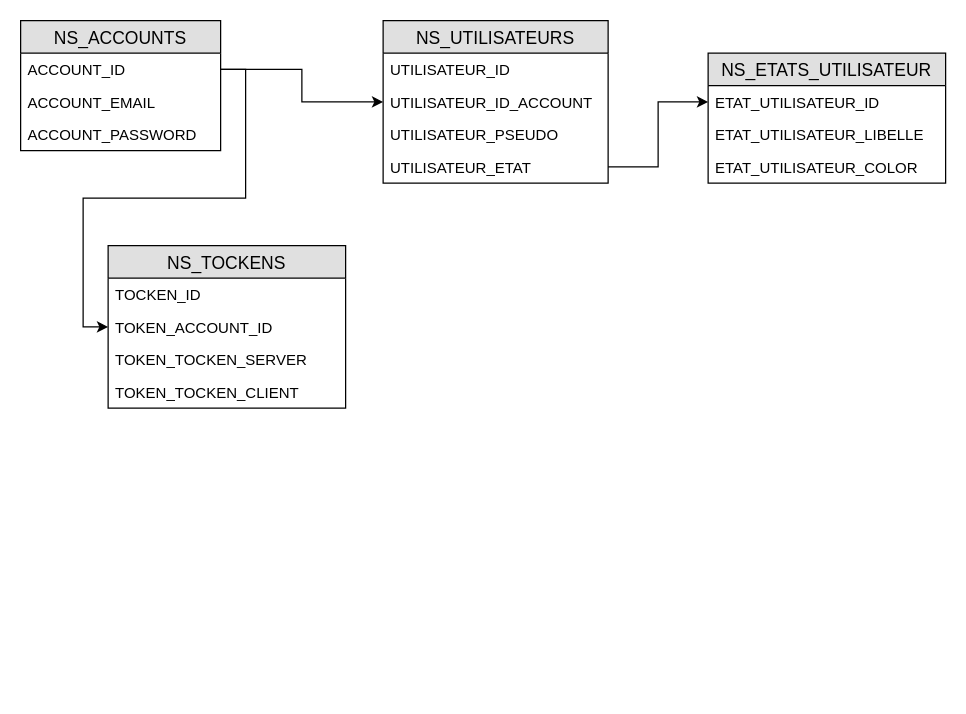
neyhos-studio/Wiki-NS keeps this draw.io diagram as BDD.drawio. Above is the earlier version. Source tidied: cells renumbered, new cells numbered last; positions are measured from the earlier drawing's top-left corner, leaving out a move shared by most shapes. Both pictures are drawn from the tidied source at 125%, with x=0, y=0 at pixel (20, 20).
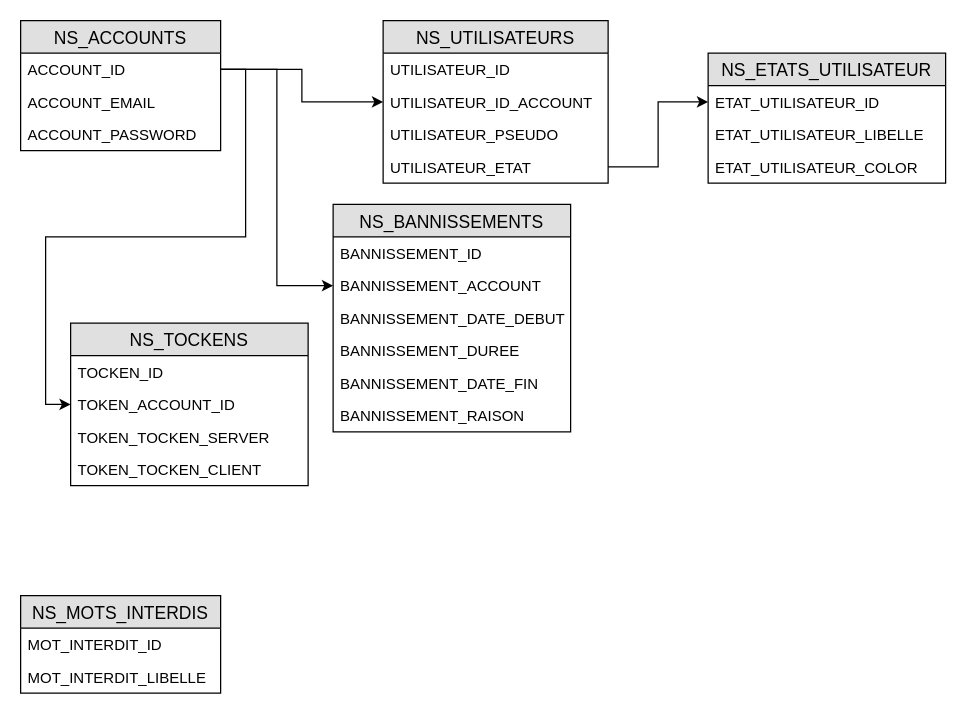
Above is the later version.

The change refers to these unchanged cells:
```xml
<mxCell id="3" value="ACCOUNT_ID" style="text;strokeColor=none;fillColor=none;spacingLeft=4;spacingRight=4;overflow=hidden;points=[[0,0.5],[1,0.5]];portConstraint=eastwest;fontSize=12;" parent="2" vertex="1">
  <mxGeometry y="26" width="160" height="26" as="geometry" />
</mxCell>
```

The edit, as a diff of the source:
```diff
@@
     <mxCell id="17" value="NS_TOCKENS" style="swimlane;fontStyle=0;horizontal=1;startSize=26;fillColor=#e0e0e0;swimlaneFillColor=#ffffff;align=center;fontSize=14;" parent="1" vertex="1">
-      <mxGeometry x="70" y="180" width="190" height="130" as="geometry" />
+      <mxGeometry x="40" y="242" width="190" height="130" as="geometry" />
     </mxCell>
@@
+    <mxCell id="23" value="NS_BANNISSEMENTS" style="swimlane;fontStyle=0;horizontal=1;startSize=26;fillColor=#e0e0e0;swimlaneFillColor=#ffffff;align=center;fontSize=14;" parent="1" vertex="1">
+      <mxGeometry x="250" y="147" width="190" height="182" as="geometry" />
+    </mxCell>
+    <mxCell id="24" value="BANNISSEMENT_ID" style="text;strokeColor=none;fillColor=none;spacingLeft=4;spacingRight=4;overflow=hidden;fontSize=12;" parent="23" vertex="1">
+      <mxGeometry y="26" width="190" height="26" as="geometry" />
+    </mxCell>
+    <mxCell id="25" value="BANNISSEMENT_ACCOUNT" style="text;strokeColor=none;fillColor=none;spacingLeft=4;spacingRight=4;overflow=hidden;points=[[0,0.5],[1,0.5]];portConstraint=eastwest;fontSize=12;" parent="23" vertex="1">
+      <mxGeometry y="52" width="190" height="26" as="geometry" />
+    </mxCell>
+    <mxCell id="26" value="BANNISSEMENT_DATE_DEBUT" style="text;strokeColor=none;fillColor=none;spacingLeft=4;spacingRight=4;overflow=hidden;fontSize=12;" parent="23" vertex="1">
+      <mxGeometry y="78" width="190" height="26" as="geometry" />
+    </mxCell>
+    <mxCell id="27" value="BANNISSEMENT_DUREE" style="text;strokeColor=none;fillColor=none;spacingLeft=4;spacingRight=4;overflow=hidden;fontSize=12;" parent="23" vertex="1">
+      <mxGeometry y="104" width="190" height="26" as="geometry" />
+    </mxCell>
+    <mxCell id="28" value="BANNISSEMENT_DATE_FIN" style="text;strokeColor=none;fillColor=none;spacingLeft=4;spacingRight=4;overflow=hidden;fontSize=12;" parent="23" vertex="1">
+      <mxGeometry y="130" width="190" height="26" as="geometry" />
+    </mxCell>
+    <mxCell id="29" value="BANNISSEMENT_RAISON" style="text;strokeColor=none;fillColor=none;spacingLeft=4;spacingRight=4;overflow=hidden;fontSize=12;" parent="23" vertex="1">
+      <mxGeometry y="156" width="190" height="26" as="geometry" />
+    </mxCell>
+    <mxCell id="30" style="edgeStyle=orthogonalEdgeStyle;rounded=0;jettySize=auto;html=1;exitX=1;exitY=0.5;exitDx=0;exitDy=0;entryX=0;entryY=0.5;entryDx=0;entryDy=0;" parent="1" edge="1" source="3" target="25">
+      <mxGeometry relative="1" as="geometry" />
+    </mxCell>
+    <mxCell id="31" value="NS_MOTS_INTERDIS" style="swimlane;fontStyle=0;horizontal=1;startSize=26;fillColor=#e0e0e0;swimlaneFillColor=#ffffff;align=center;fontSize=14;" parent="1" vertex="1">
+      <mxGeometry y="460" width="160" height="78" as="geometry" />
+    </mxCell>
+    <mxCell id="32" value="MOT_INTERDIT_ID" style="text;strokeColor=none;fillColor=none;spacingLeft=4;spacingRight=4;overflow=hidden;fontSize=12;" parent="31" vertex="1">
+      <mxGeometry y="26" width="160" height="26" as="geometry" />
+    </mxCell>
+    <mxCell id="33" value="MOT_INTERDIT_LIBELLE" style="text;strokeColor=none;fillColor=none;spacingLeft=4;spacingRight=4;overflow=hidden;fontSize=12;" parent="31" vertex="1">
+      <mxGeometry y="52" width="160" height="26" as="geometry" />
+    </mxCell>
```
